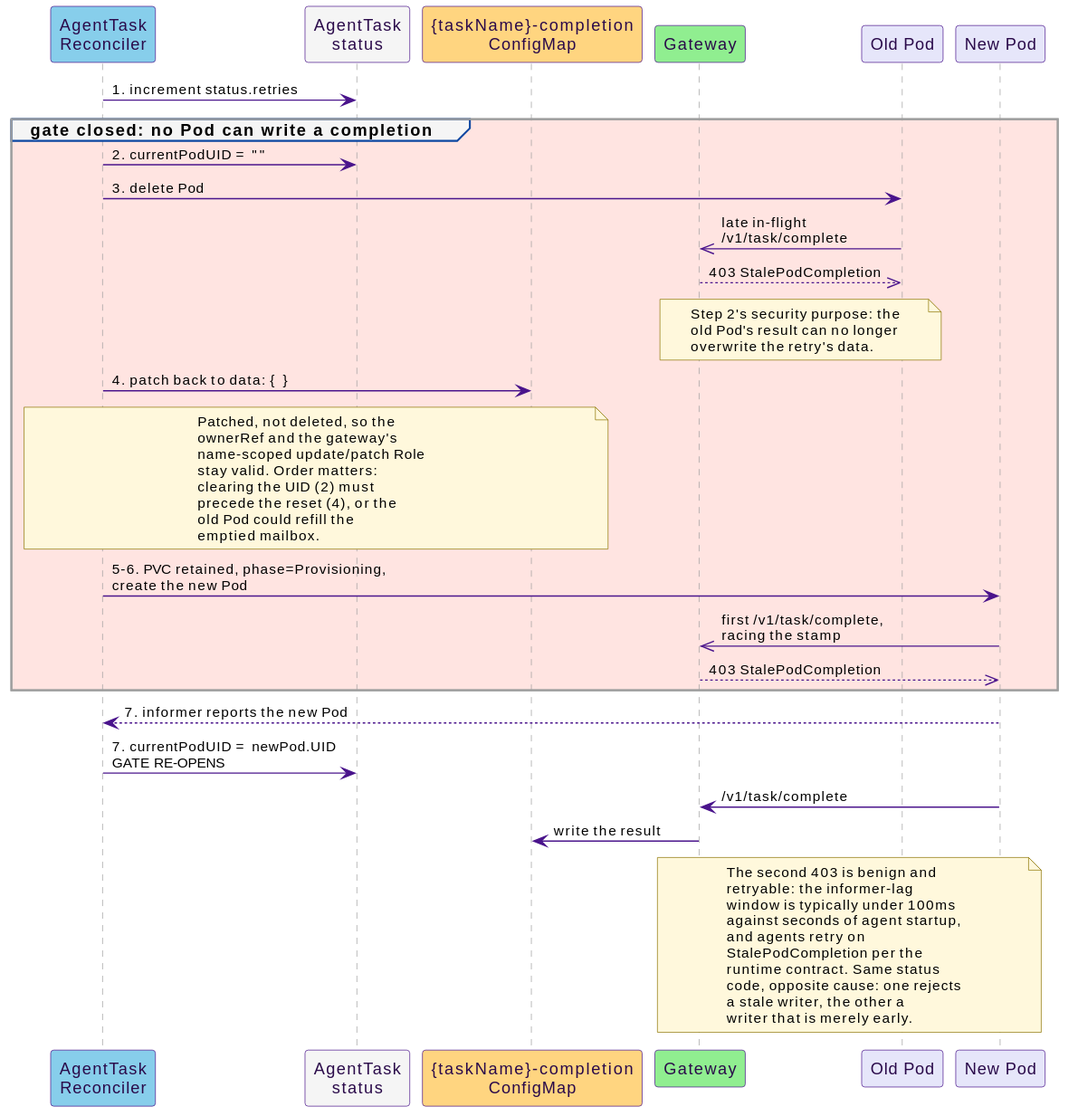
win07xp/kaalm keeps this PlantUML diagram as docs/src/diagrams/task-retry-race.svg. Above is the earlier version.
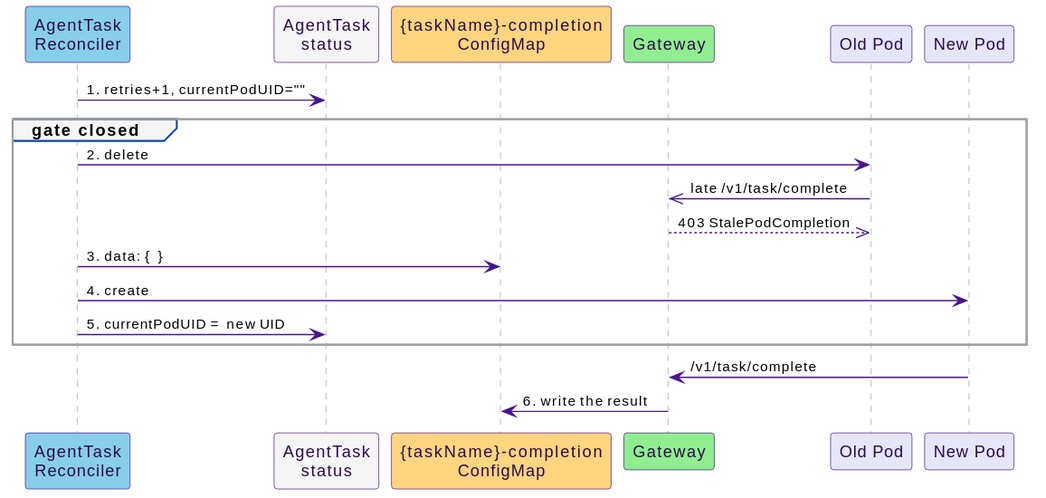
Above is the later version.

What changed in the source:
```diff
@@ -1,59 +1,22 @@
 @startuml
 !include _style.puml
 
-participant "AgentTask\nReconciler" as R $ctrlBg
-participant "AgentTask\nstatus" as S $mutedBg
-participant "{taskName}-completion\nConfigMap" as CM $storeBg
-participant "Gateway" as G $gwBg
-participant "Old Pod" as OP $agentBg
-participant "New Pod" as NP $agentBg
+participant "AgentTask\nReconciler" as R #87CEEB
+participant "AgentTask\nstatus" as S #F5F5F5
+participant "{taskName}-completion\nConfigMap" as CM #FFD580
+participant "Gateway" as G #90EE90
+participant "Old Pod" as OP
+participant "New Pod" as NP
 
-R -> S : 1. increment status.retries
-
-group #FFE4E1 gate closed: no Pod can write a completion
-  R -> S : 2. currentPodUID = ""
-  R -> OP : 3. delete Pod
-  OP ->> G : late in-flight\n/v1/task/complete
+R -> S : 1. retries+1, currentPodUID=""
+group gate closed
+  R -> OP : 2. delete
+  OP ->> G : late /v1/task/complete
   G -->> OP : 403 StalePodCompletion
-  note over G, OP
-    Step 2's security purpose: the
-    old Pod's result can no longer
-    overwrite the retry's data.
-  end note
-
-  R -> CM : 4. patch back to data: {}
-  note over R, CM
-    Patched, not deleted, so the
-    ownerRef and the gateway's
-    name-scoped update/patch Role
-    stay valid. Order matters:
-    clearing the UID (2) must
-    precede the reset (4), or the
-    old Pod could refill the
-    emptied mailbox.
-  end note
-
-  R -> NP : 5-6. PVC retained, phase=Provisioning,\ncreate the new Pod
-  NP ->> G : first /v1/task/complete,\nracing the stamp
-  G -->> NP : 403 StalePodCompletion
+  R -> CM : 3. data: {}
+  R -> NP : 4. create
+  R -> S : 5. currentPodUID = new UID
 end
-
-NP --> R : 7. informer reports the new Pod
-R -> S : 7. currentPodUID = newPod.UID\nGATE RE-OPENS
-
 NP -> G : /v1/task/complete
-G -> CM : write the result
-
-note over NP, G
-  The second 403 is benign and
-  retryable: the informer-lag
-  window is typically under 100ms
-  against seconds of agent startup,
-  and agents retry on
-  StalePodCompletion per the
-  runtime contract. Same status
-  code, opposite cause: one rejects
-  a stale writer, the other a
-  writer that is merely early.
-end note
+G -> CM : 6. write the result
 @enduml
```
